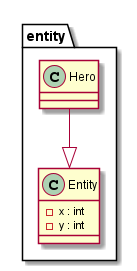
The PlantUML diagram doc/first_sprint/diagrams/class/character.png in Reynault/ACL_2019_Zelpop, before a commit.
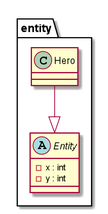
The same diagram one commit later.

The edit, as a diff of the source:
```diff
@@ -2,7 +2,7 @@
 
 package entity{
 
-    class Entity{
+    abstract Entity{
         - x : int
         - y : int
     }
```
